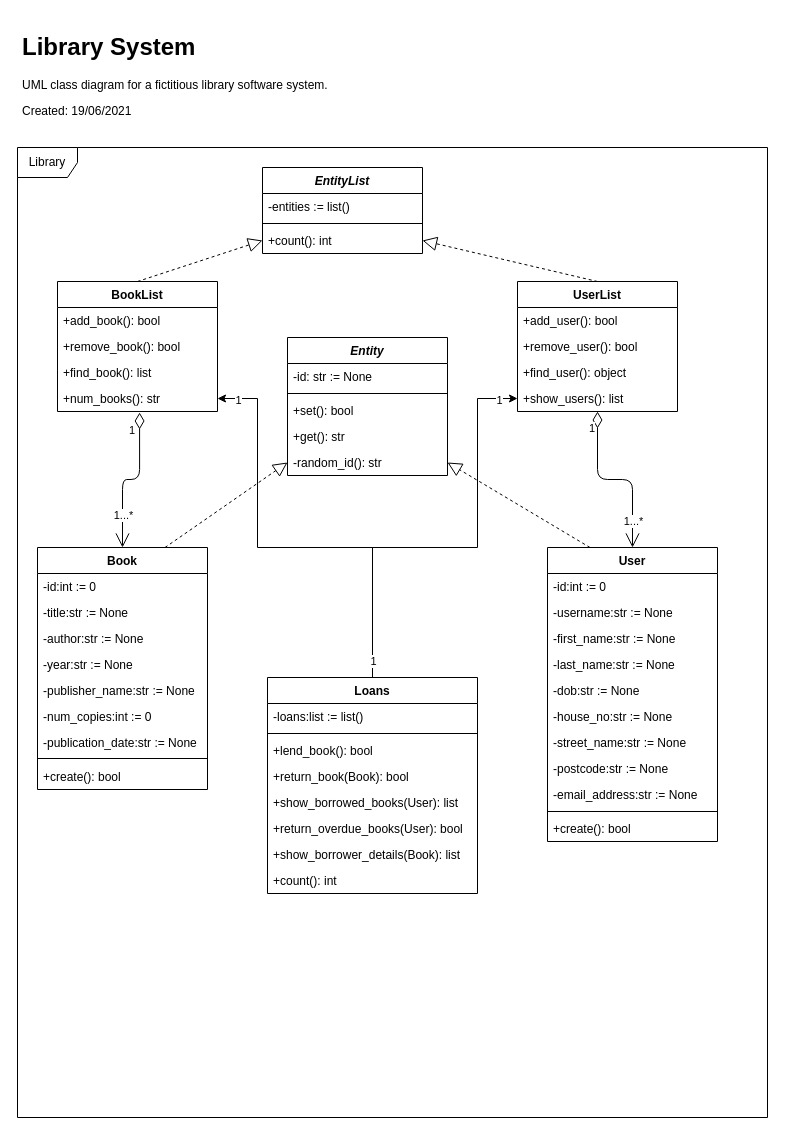
Above: class_diagram.drawio in Chrisu892/Simple-Library-System (draw.io), before the change. Source tidied: cells renumbered, new cells numbered last; positions are measured from the earlier drawing's top-left corner, leaving out a move shared by most shapes. Both pictures are drawn from the tidied source at 100%, with x=0, y=0 at pixel (17, 27).
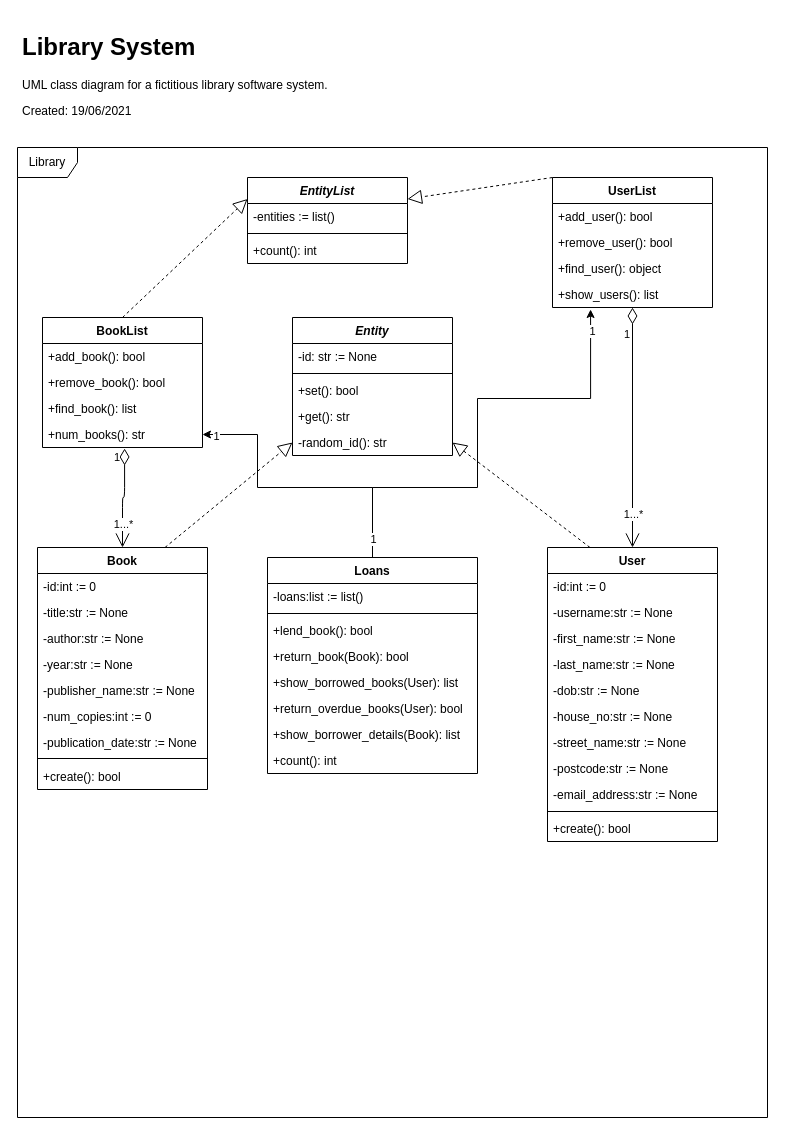
The same diagram, later.

Unchanged cells that the change refers to:
```xml
<mxCell id="29" value="+show_users(): list" style="text;align=left;verticalAlign=top;spacingLeft=4;spacingRight=4;overflow=hidden;points=[[0,0.5],[1,0.5]];portConstraint=eastwest;" parent="25" vertex="1">
  <mxGeometry y="104" width="160" height="26" as="geometry" />
</mxCell>
<mxCell id="34" value="+num_books(): str" style="text;align=left;verticalAlign=top;spacingLeft=4;spacingRight=4;overflow=hidden;points=[[0,0.5],[1,0.5]];portConstraint=eastwest;" parent="30" vertex="1">
  <mxGeometry y="104" width="160" height="26" as="geometry" />
</mxCell>
<mxCell id="57" value="+count(): int" style="text;align=left;verticalAlign=top;spacingLeft=4;spacingRight=4;overflow=hidden;points=[[0,0.5],[1,0.5]];portConstraint=eastwest;" parent="54" vertex="1">
  <mxGeometry y="60" width="160" height="26" as="geometry" />
</mxCell>
```

The edit, as a diff of the source:
```diff
@@
     <mxCell id="25" value="UserList" style="swimlane;fontStyle=1;align=center;verticalAlign=top;horizontal=1;startSize=26;rounded=0;shadow=0;strokeWidth=1;" parent="1" vertex="1">
-      <mxGeometry x="500" y="254" width="160" height="130" as="geometry" />
+      <mxGeometry x="535" y="150" width="160" height="130" as="geometry" />
     </mxCell>
@@
     <mxCell id="30" value="BookList" style="swimlane;fontStyle=1;align=center;verticalAlign=top;horizontal=1;startSize=26;rounded=0;shadow=0;strokeWidth=1;" parent="1" vertex="1">
-      <mxGeometry x="40" y="254" width="160" height="130" as="geometry" />
+      <mxGeometry x="25" y="290" width="160" height="130" as="geometry" />
     </mxCell>
@@
     <mxCell id="35" style="edgeStyle=orthogonalEdgeStyle;rounded=0;jettySize=auto;html=1;exitX=0.5;exitY=0;exitDx=0;exitDy=0;entryX=1;entryY=0.5;entryDx=0;entryDy=0;" parent="1" edge="1" source="40" target="34">
       <mxGeometry relative="1" as="geometry">
         <Array as="points">
-          <mxPoint x="355" y="520" />
-          <mxPoint x="240" y="520" />
-          <mxPoint x="240" y="371" />
+          <mxPoint x="355" y="460" />
+          <mxPoint x="240" y="460" />
+          <mxPoint x="240" y="407" />
         </Array>
       </mxGeometry>
     </mxCell>
@@
-    <mxCell id="37" style="edgeStyle=orthogonalEdgeStyle;rounded=0;jettySize=auto;html=1;exitX=0.5;exitY=0;exitDx=0;exitDy=0;entryX=0;entryY=0.5;entryDx=0;entryDy=0;" parent="1" edge="1" source="40" target="29">
+    <mxCell id="37" style="edgeStyle=orthogonalEdgeStyle;rounded=0;jettySize=auto;html=1;exitX=0.5;exitY=0;exitDx=0;exitDy=0;entryX=0.238;entryY=1.077;entryDx=0;entryDy=0;entryPerimeter=0;" parent="1" edge="1" source="40" target="29">
       <mxGeometry relative="1" as="geometry">
         <Array as="points">
-          <mxPoint x="355" y="520" />
-          <mxPoint x="460" y="520" />
+          <mxPoint x="355" y="460" />
+          <mxPoint x="460" y="460" />
           <mxPoint x="460" y="371" />
+          <mxPoint x="573" y="371" />
         </Array>
       </mxGeometry>
     </mxCell>
@@
     <mxCell id="40" value="Loans" style="swimlane;fontStyle=1;align=center;verticalAlign=top;horizontal=1;startSize=26;rounded=0;shadow=0;strokeWidth=1;" parent="1" vertex="1">
-      <mxGeometry x="250" y="650" width="210" height="216" as="geometry" />
+      <mxGeometry x="250" y="530" width="210" height="216" as="geometry" />
     </mxCell>
@@
     <mxCell id="54" value="EntityList" style="swimlane;fontStyle=3;align=center;verticalAlign=top;horizontal=1;startSize=26;rounded=0;shadow=0;strokeWidth=1;" parent="1" vertex="1">
-      <mxGeometry x="245" y="140" width="160" height="86" as="geometry" />
+      <mxGeometry x="230" y="150" width="160" height="86" as="geometry" />
     </mxCell>
@@
-    <mxCell id="58" style="endArrow=block;dashed=1;endFill=0;endSize=12;html=1;exitX=0.5;exitY=0;exitDx=0;exitDy=0;entryX=0;entryY=0.5;entryDx=0;entryDy=0;" parent="1" edge="1" source="30" target="57">
+    <mxCell id="58" style="endArrow=block;dashed=1;endFill=0;endSize=12;html=1;exitX=0.5;exitY=0;exitDx=0;exitDy=0;entryX=0;entryY=0.25;entryDx=0;entryDy=0;" parent="1" edge="1" source="30" target="54">
       <mxGeometry relative="1" as="geometry" />
     </mxCell>
-    <mxCell id="59" style="endArrow=block;dashed=1;endFill=0;endSize=12;html=1;exitX=0.5;exitY=0;exitDx=0;exitDy=0;entryX=1;entryY=0.5;entryDx=0;entryDy=0;" parent="1" edge="1" source="25" target="57">
+    <mxCell id="59" style="endArrow=block;dashed=1;endFill=0;endSize=12;html=1;exitX=0;exitY=0;exitDx=0;exitDy=0;entryX=1;entryY=0.25;entryDx=0;entryDy=0;" parent="1" edge="1" source="25" target="54">
       <mxGeometry relative="1" as="geometry" />
     </mxCell>
     <mxCell id="60" value="Entity" style="swimlane;fontStyle=3;align=center;verticalAlign=top;horizontal=1;startSize=26;rounded=0;shadow=0;strokeWidth=1;" parent="1" vertex="1">
-      <mxGeometry x="270" y="310" width="160" height="138" as="geometry" />
+      <mxGeometry x="275" y="290" width="160" height="138" as="geometry" />
     </mxCell>
```
